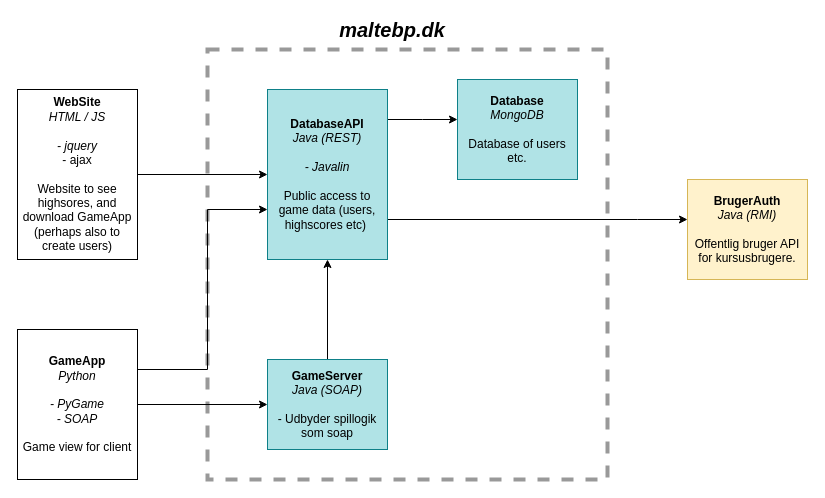
Above: network_topology.drawio in maltebp/HangmanOnline (draw.io), before the change. Source tidied: cells renumbered, new cells numbered last; positions are measured from the earlier drawing's top-left corner, leaving out a move shared by most shapes. Both pictures are drawn from the tidied source at 100%, with x=0, y=0 at pixel (17, 19).
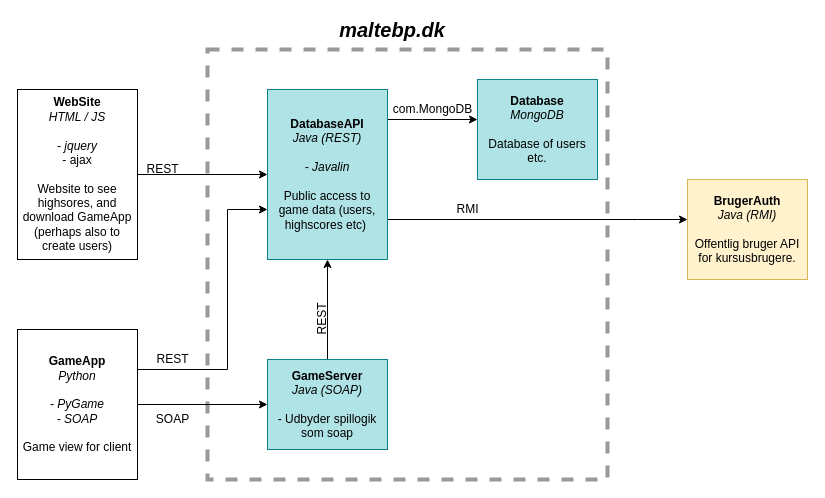
Above is the later version.

Commit message:
Added lables to arrows

The change refers to these unchanged cells:
```xml
<mxCell id="7" value="&lt;b&gt;GameApp&lt;br&gt;&lt;/b&gt;&lt;i&gt;Python&lt;/i&gt;&lt;br&gt;&lt;br&gt;&lt;i&gt;- PyGame&lt;/i&gt;&lt;br&gt;&lt;i&gt;- SOAP&lt;/i&gt;&lt;br&gt;&lt;br&gt;Game view for client" style="rounded=0;whiteSpace=wrap;html=1;strokeColor=#000000;" parent="1" vertex="1">
  <mxGeometry y="310" width="120" height="150" as="geometry" />
</mxCell>
<mxCell id="11" value="&lt;b&gt;DatabaseAPI&lt;br&gt;&lt;/b&gt;&lt;i&gt;Java (REST)&lt;/i&gt;&lt;br&gt;&lt;br&gt;&lt;i&gt;- Javalin&lt;/i&gt;&lt;br&gt;&lt;br&gt;Public access to game data (users, highscores etc)&amp;nbsp;" style="rounded=0;whiteSpace=wrap;html=1;fillColor=#b0e3e6;strokeColor=#0e8088;" parent="1" vertex="1">
  <mxGeometry x="250" y="70" width="120" height="170" as="geometry" />
</mxCell>
```

What changed in the source:
```diff
@@
     <mxCell id="6" style="edgeStyle=orthogonalEdgeStyle;rounded=0;jettySize=auto;html=1;" parent="1" edge="1" source="7" target="11">
       <mxGeometry relative="1" as="geometry">
         <Array as="points">
-          <mxPoint x="190" y="350" />
-          <mxPoint x="190" y="190" />
+          <mxPoint x="210" y="350" />
+          <mxPoint x="210" y="190" />
         </Array>
       </mxGeometry>
     </mxCell>
@@
     <mxCell id="12" value="&lt;b&gt;Database&lt;br&gt;&lt;/b&gt;&lt;i&gt;MongoDB&lt;/i&gt;&lt;br&gt;&lt;div&gt;&lt;br&gt;&lt;/div&gt;Database of users etc." style="rounded=0;whiteSpace=wrap;html=1;fillColor=#b0e3e6;strokeColor=#0e8088;" parent="1" vertex="1">
-      <mxGeometry x="440" y="60" width="120" height="100" as="geometry" />
+      <mxGeometry x="460" y="60" width="120" height="100" as="geometry" />
     </mxCell>
@@
+    <mxCell id="16" value="&lt;div&gt;REST&lt;/div&gt;" style="text;html=1;align=center;verticalAlign=middle;rotation=-90;" parent="1" vertex="1">
+      <mxGeometry x="280" y="290" width="50" height="20" as="geometry" />
+    </mxCell>
+    <mxCell id="17" value="&lt;div&gt;REST&lt;/div&gt;" style="text;html=1;align=center;verticalAlign=middle;" parent="1" vertex="1">
+      <mxGeometry x="130" y="330" width="50" height="20" as="geometry" />
+    </mxCell>
+    <mxCell id="18" value="&lt;div&gt;REST&lt;/div&gt;" style="text;html=1;align=center;verticalAlign=middle;" parent="1" vertex="1">
+      <mxGeometry x="120" y="140" width="50" height="20" as="geometry" />
+    </mxCell>
+    <mxCell id="19" value="&lt;div&gt;RMI&lt;/div&gt;" style="text;html=1;align=center;verticalAlign=middle;" parent="1" vertex="1">
+      <mxGeometry x="430" y="180" width="40" height="20" as="geometry" />
+    </mxCell>
+    <mxCell id="20" value="SOAP" style="text;html=1;align=center;verticalAlign=middle;" parent="1" vertex="1">
+      <mxGeometry x="130" y="390" width="50" height="20" as="geometry" />
+    </mxCell>
+    <mxCell id="21" value="com.MongoDB" style="text;html=1;align=center;verticalAlign=middle;" parent="1" vertex="1">
+      <mxGeometry x="370" y="80" width="90" height="20" as="geometry" />
+    </mxCell>
```
